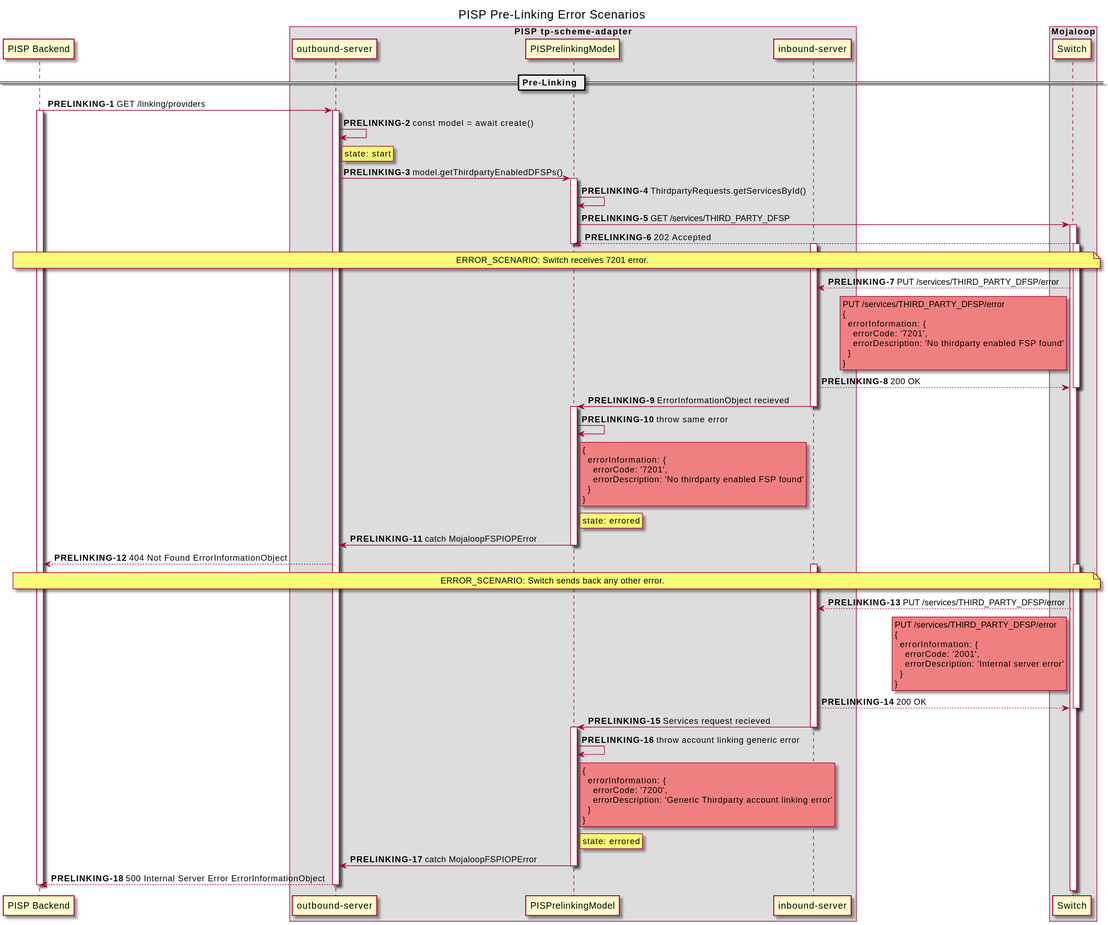
The PlantUML diagram out/docs/sequence/PISPPreLinkingApi/PISP Pre-Linking Error Scenarios.svg in mojaloop/thirdparty-sdk, before a commit.
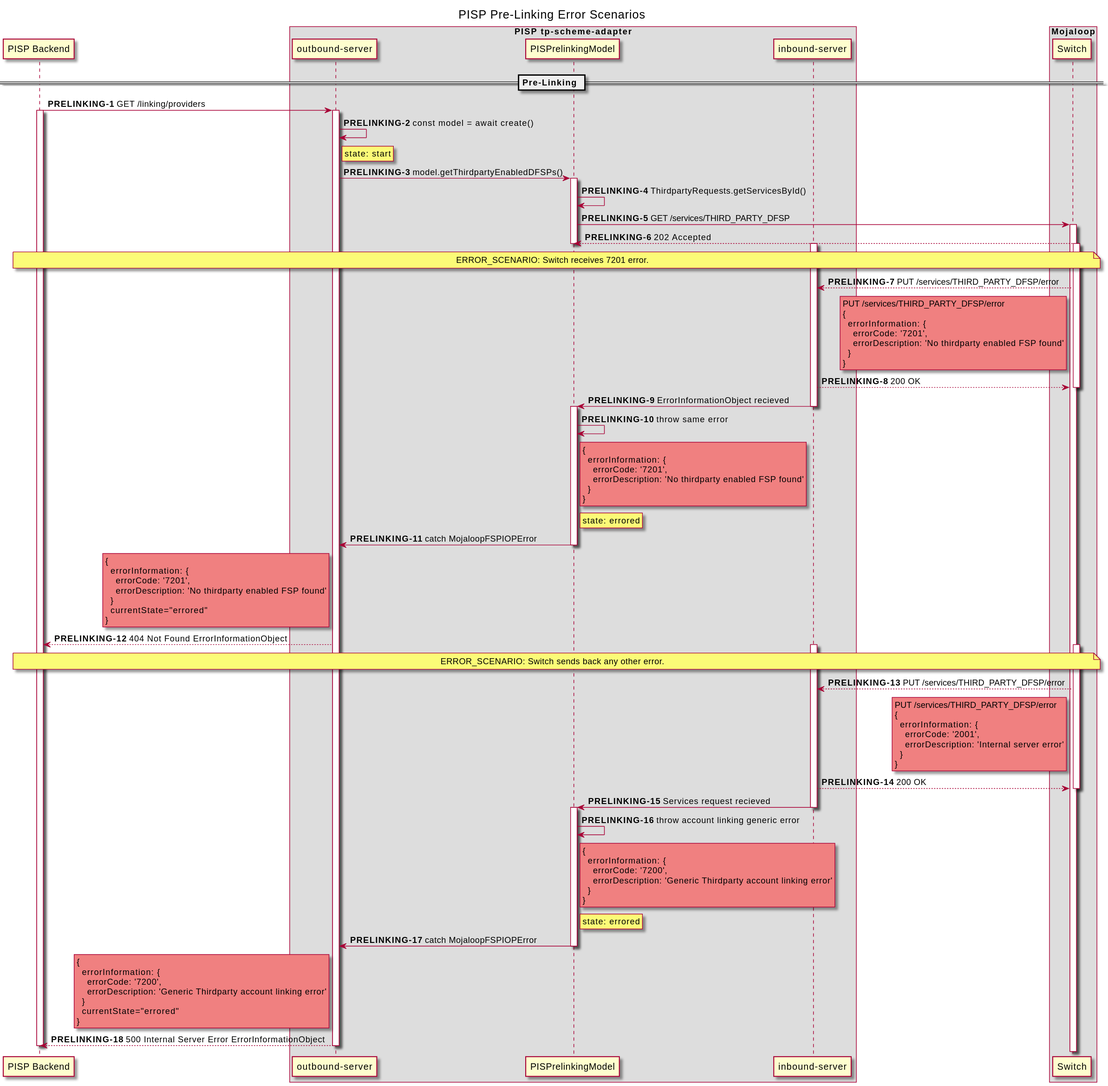
Above is the later version.

The edit, as a diff of the source:
```diff
@@ -72,7 +72,15 @@
 PISP_PLM -> PISP_TP_OUT: catch MojaloopFSPIOPError
 
 deactivate PISP_PLM
-
+rnote left of PISP_TP_OUT #LightCoral
+{
+  errorInformation: {
+    errorCode: '7201',
+    errorDescription: 'No thirdparty enabled FSP found'
+  }
+  currentState="errored"
+}
+end note
 PISP_TP_OUT --> PISP: 404 Not Found ErrorInformationObject
 
 
@@ -114,7 +122,15 @@
 PISP_PLM -> PISP_TP_OUT: catch MojaloopFSPIOPError
 
 deactivate PISP_PLM
-
+rnote left of PISP_TP_OUT #LightCoral
+{
+  errorInformation: {
+    errorCode: '7200',
+    errorDescription: 'Generic Thirdparty account linking error'
+  }
+  currentState="errored"
+}
+end note
 PISP_TP_OUT --> PISP: 500 Internal Server Error ErrorInformationObject
 
 deactivate PISP_TP_OUT
```
